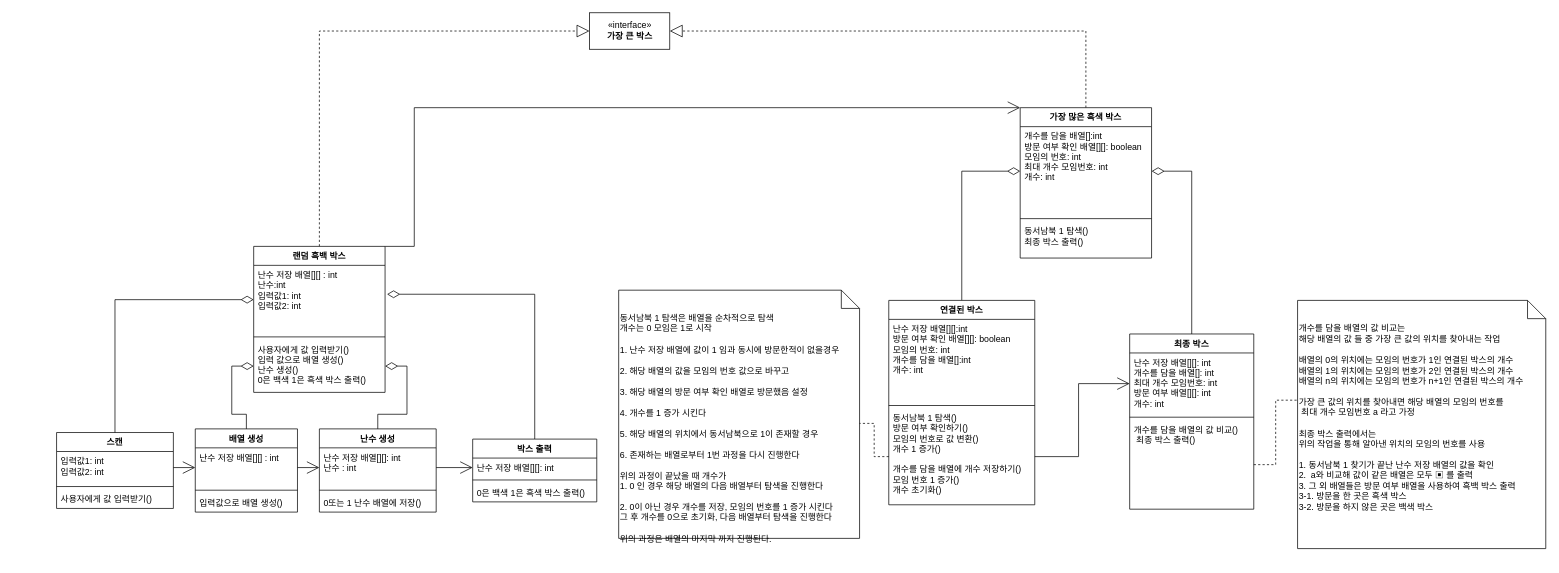
Before: Untitled Diagram.drawio in ricecakeson/LargeBox, a draw.io diagram. Source tidied: cells renumbered, new cells numbered last; positions are measured from the earlier drawing's top-left corner, leaving out a move shared by most shapes. Both pictures are drawn from the tidied source at 73%, with x=0, y=0 at pixel (56, 12).
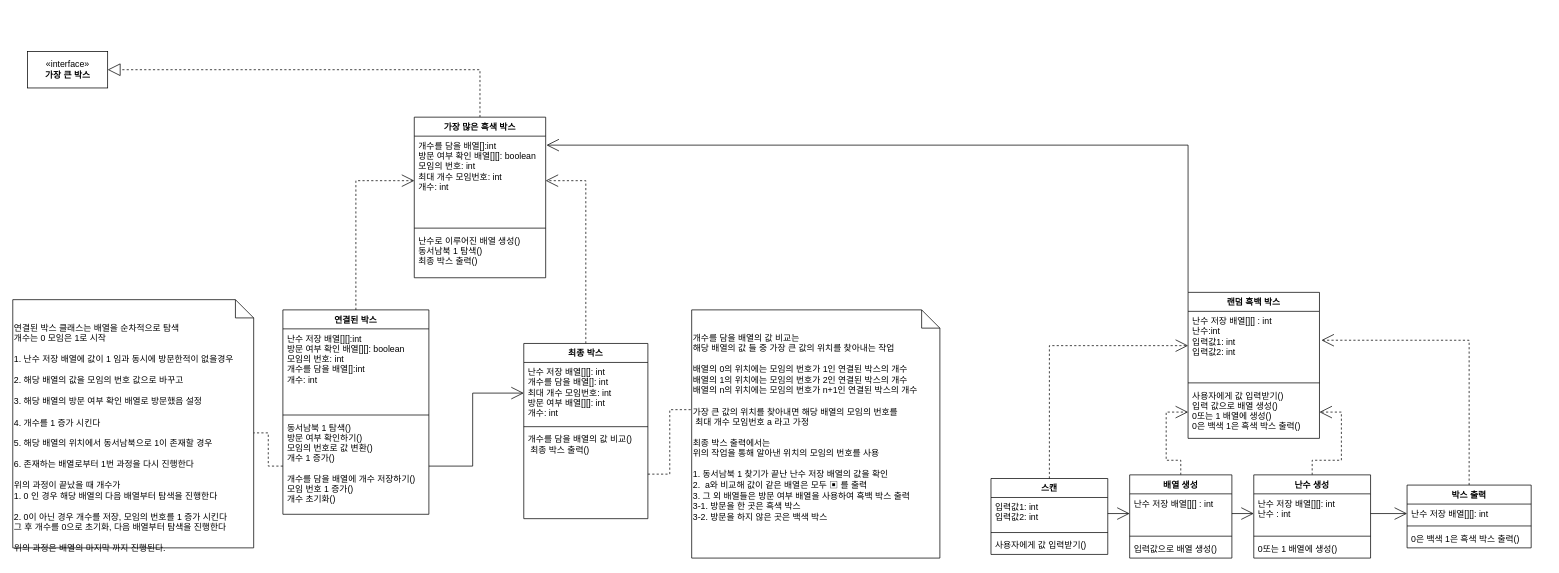
The same diagram, later.

Unchanged cells that the change refers to:
```xml
<mxCell id="4" value="개수를 담을 배열[]:int&#10;방문 여부 확인 배열[][]: boolean&#10;모임의 번호: int&#10;최대 개수 모임번호: int&#10;개수: int" style="text;strokeColor=none;fillColor=none;align=left;verticalAlign=top;spacingLeft=4;spacingRight=4;overflow=hidden;points=[[0,0.5],[1,0.5]];portConstraint=eastwest;" parent="3" vertex="1">
  <mxGeometry y="26" width="180" height="122" as="geometry" />
</mxCell>
<mxCell id="25" value="난수 저장 배열[][] : int&#10;난수:int&#10;입력값1: int&#10;입력값2: int" style="text;strokeColor=none;fillColor=none;align=left;verticalAlign=top;spacingLeft=4;spacingRight=4;overflow=hidden;points=[[0,0.5],[1,0.5]];portConstraint=eastwest;" parent="24" vertex="1">
  <mxGeometry y="26" width="180" height="94" as="geometry" />
</mxCell>
```

Change to the diagram source:
```diff
@@
     <mxCell id="3" value="가장 많은 흑색 박스" style="swimlane;fontStyle=1;align=center;verticalAlign=top;horizontal=1;startSize=26;" parent="1" vertex="1">
-      <mxGeometry x="1320" y="130" width="180" height="206" as="geometry" />
+      <mxGeometry x="490" y="143" width="180" height="220" as="geometry" />
     </mxCell>
@@
-    <mxCell id="6" value="동서남북 1 탐색()&#10;최종 박스 출력()" style="text;strokeColor=none;fillColor=none;align=left;verticalAlign=top;spacingLeft=4;spacingRight=4;overflow=hidden;" parent="3" vertex="1">
-      <mxGeometry y="156" width="180" height="50" as="geometry" />
+    <mxCell id="6" value="난수로 이루어진 배열 생성()&#10;동서남북 1 탐색()&#10;최종 박스 출력()&#10;" style="text;strokeColor=none;fillColor=none;align=left;verticalAlign=top;spacingLeft=4;spacingRight=4;overflow=hidden;" parent="3" vertex="1">
+      <mxGeometry y="156" width="180" height="64" as="geometry" />
     </mxCell>
-    <mxCell id="7" style="edgeStyle=orthogonalEdgeStyle;rounded=0;jettySize=auto;html=1;exitX=0.5;exitY=0;exitDx=0;exitDy=0;entryX=0;entryY=0.5;entryDx=0;entryDy=0;fontSize=12;endArrow=diamondThin;endFill=0;endSize=15;" parent="1" edge="1" source="8" target="4">
+    <mxCell id="7" style="edgeStyle=orthogonalEdgeStyle;rounded=0;jettySize=auto;html=1;exitX=0.5;exitY=0;exitDx=0;exitDy=0;entryX=0;entryY=0.5;entryDx=0;entryDy=0;fontSize=12;endArrow=open;endFill=0;endSize=15;dashed=1;" parent="1" edge="1" source="8" target="4">
       <mxGeometry relative="1" as="geometry" />
     </mxCell>
     <mxCell id="8" value="연결된 박스" style="swimlane;fontStyle=1;align=center;verticalAlign=top;horizontal=1;startSize=26;" parent="1" vertex="1">
-      <mxGeometry x="1140" y="394" width="200" height="280" as="geometry" />
+      <mxGeometry x="310" y="407" width="200" height="280" as="geometry" />
     </mxCell>
@@
-    <mxCell id="12" style="edgeStyle=orthogonalEdgeStyle;rounded=0;jettySize=auto;html=1;exitX=0.5;exitY=0;exitDx=0;exitDy=0;entryX=1;entryY=0.5;entryDx=0;entryDy=0;fontSize=12;endArrow=diamondThin;endFill=0;endSize=15;" parent="1" edge="1" source="13" target="4">
+    <mxCell id="12" style="edgeStyle=orthogonalEdgeStyle;rounded=0;jettySize=auto;html=1;exitX=0.5;exitY=0;exitDx=0;exitDy=0;entryX=1;entryY=0.5;entryDx=0;entryDy=0;fontSize=12;endArrow=open;endFill=0;endSize=15;dashed=1;" parent="1" edge="1" source="13" target="4">
       <mxGeometry relative="1" as="geometry" />
     </mxCell>
     <mxCell id="13" value="최종 박스" style="swimlane;fontStyle=1;align=center;verticalAlign=top;horizontal=1;startSize=26;" parent="1" vertex="1">
-      <mxGeometry x="1470" y="440" width="170" height="240" as="geometry" />
+      <mxGeometry x="640" y="453" width="170" height="240" as="geometry" />
     </mxCell>
@@
-    <mxCell id="17" value="&lt;font style=&quot;font-size: 12px&quot;&gt;동서남북 1 탐색은 배열을 순차적으로 탐색&lt;br&gt;개수는 0 모임은 1로 시작&lt;br&gt;&lt;br&gt;1. 난수 저장 배열에 값이 1 임과 동시에 방문한적이 없을경우&lt;br&gt;&lt;br&gt;2. 해당 배열의 값을 모임의 번호 값으로 바꾸고&lt;br&gt;&lt;br&gt;3. 해당 배열의 방문 여부 확인 배열로 방문했음 설정&lt;br&gt;&lt;br&gt;4. 개수를 1 증가 시킨다&lt;br&gt;&lt;br&gt;5. 해당 배열의 위치에서 동서남북으로 1이 존재할 경우&lt;br&gt;&lt;br&gt;6. 존재하는 배열로부터 1번 과정을 다시 진행한다&lt;br&gt;&lt;br&gt;위의 과정이 끝났을 때 개수가 &lt;br&gt;1. 0 인 경우 해당 배열의 다음 배열부터 탐색을 진행한다&lt;br&gt;&lt;br&gt;2. 0이 아닌 경우 개수를 저장, 모임의 번호를 1 증가 시킨다&lt;br&gt;그 후 개수를 0으로 초기화, 다음 배열부터 탐색을 진행한다&lt;br&gt;&lt;br&gt;위의 과정은 배열의 마지막 까지 진행된다.&lt;br&gt;&lt;/font&gt;" style="shape=note2;boundedLbl=1;whiteSpace=wrap;html=1;size=25;verticalAlign=top;align=left;fontSize=11;" parent="1" vertex="1">
-      <mxGeometry x="770" y="380" width="330" height="340" as="geometry" />
+    <mxCell id="17" value="&lt;font style=&quot;font-size: 12px&quot;&gt;연결된 박스 클래스는 배열을 순차적으로 탐색&lt;br&gt;개수는 0 모임은 1로 시작&lt;br&gt;&lt;br&gt;1. 난수 저장 배열에 값이 1 임과 동시에 방문한적이 없을경우&lt;br&gt;&lt;br&gt;2. 해당 배열의 값을 모임의 번호 값으로 바꾸고&lt;br&gt;&lt;br&gt;3. 해당 배열의 방문 여부 확인 배열로 방문했음 설정&lt;br&gt;&lt;br&gt;4. 개수를 1 증가 시킨다&lt;br&gt;&lt;br&gt;5. 해당 배열의 위치에서 동서남북으로 1이 존재할 경우&lt;br&gt;&lt;br&gt;6. 존재하는 배열로부터 1번 과정을 다시 진행한다&lt;br&gt;&lt;br&gt;위의 과정이 끝났을 때 개수가 &lt;br&gt;1. 0 인 경우 해당 배열의 다음 배열부터 탐색을 진행한다&lt;br&gt;&lt;br&gt;2. 0이 아닌 경우 개수를 저장, 모임의 번호를 1 증가 시킨다&lt;br&gt;그 후 개수를 0으로 초기화, 다음 배열부터 탐색을 진행한다&lt;br&gt;&lt;br&gt;위의 과정은 배열의 마지막 까지 진행된다.&lt;br&gt;&lt;/font&gt;" style="shape=note2;boundedLbl=1;whiteSpace=wrap;html=1;size=25;verticalAlign=top;align=left;fontSize=11;" parent="1" vertex="1">
+      <mxGeometry x="-60" y="393" width="330" height="340" as="geometry" />
     </mxCell>
@@
     <mxCell id="19" value="&lt;font style=&quot;font-size: 12px&quot;&gt;개수를 담을 배열의 값 비교는&lt;br&gt;해당 배열의 값 들 중 가장 큰 값의 위치를 찾아내는 작업&lt;br&gt;&lt;br&gt;배열의 0의 위치에는 모임의 번호가 1인 연결된 박스의 개수&lt;br&gt;배열의 1의 위치에는 모임의 번호가 2인 연결된 박스의 개수&lt;br&gt;배열의 n의 위치에는 모임의 번호가 n+1인 연결된 박스의 개수&lt;br&gt;&lt;br&gt;가장 큰 값의 위치를 찾아내면 해당 배열의 모임의 번호를&lt;br&gt;&amp;nbsp;최대 개수 모임번호 a 라고 가정&lt;br&gt;&lt;br&gt;최종 박스 출력에서는&lt;br&gt;위의 작업을 통해 알아낸 위치의 모임의 번호를 사용&lt;br&gt;&lt;br&gt;1. 동서남북 1 찾기가 끝난 난수 저장 배열의 값을 확인&lt;br&gt;2.&amp;nbsp; a와 비교해 값이 같은 배열은 모두&amp;nbsp;&lt;span&gt;▣ 를 출력&lt;br&gt;&lt;/span&gt;3. 그 외 배열들은 방문 여부 배열을 사용하여 흑백 박스 출력&lt;br&gt;3-1. 방문을 한 곳은 흑색 박스&lt;br&gt;3-2. 방문을 하지 않은 곳은 백색 박스&lt;br&gt;&lt;br&gt;&lt;/font&gt;" style="shape=note2;boundedLbl=1;whiteSpace=wrap;html=1;size=25;verticalAlign=top;align=left;fontSize=11;" parent="1" vertex="1">
-      <mxGeometry x="1700" y="394" width="340" height="340" as="geometry" />
+      <mxGeometry x="870" y="407" width="340" height="340" as="geometry" />
     </mxCell>
@@
-    <mxCell id="22" style="edgeStyle=orthogonalEdgeStyle;rounded=0;jettySize=auto;html=1;exitX=0.5;exitY=0;exitDx=0;exitDy=0;fontSize=12;endArrow=block;endFill=0;endSize=15;dashed=1;entryX=0;entryY=0.5;entryDx=0;entryDy=0;" parent="1" edge="1" source="24" target="51">
-      <mxGeometry relative="1" as="geometry" />
-    </mxCell>
-    <mxCell id="23" style="edgeStyle=orthogonalEdgeStyle;rounded=0;jettySize=auto;html=1;exitX=1;exitY=0;exitDx=0;exitDy=0;entryX=0;entryY=0;entryDx=0;entryDy=0;fontSize=12;endArrow=open;endFill=0;endSize=15;strokeWidth=1;" parent="1" edge="1" source="24" target="3">
-      <mxGeometry relative="1" as="geometry">
-        <Array as="points">
-          <mxPoint x="490" y="320" />
-          <mxPoint x="490" y="130" />
-        </Array>
-      </mxGeometry>
-    </mxCell>
+    <mxCell id="52" style="edgeStyle=orthogonalEdgeStyle;rounded=0;jettySize=auto;html=1;exitX=0;exitY=0;exitDx=0;exitDy=0;entryX=1.006;entryY=0.101;entryDx=0;entryDy=0;entryPerimeter=0;fontSize=12;endArrow=open;endFill=0;endSize=15;strokeWidth=1;" parent="1" edge="1" source="24" target="4">
+      <mxGeometry relative="1" as="geometry" />
+    </mxCell>
     <mxCell id="24" value="랜덤 흑백 박스" style="swimlane;fontStyle=1;align=center;verticalAlign=top;horizontal=1;startSize=26;" parent="1" vertex="1">
-      <mxGeometry x="270" y="320" width="180" height="200" as="geometry" />
+      <mxGeometry x="1550" y="383" width="180" height="200" as="geometry" />
     </mxCell>
@@
-    <mxCell id="27" value="사용자에게 값 입력받기()&#10;입력 값으로 배열 생성()&#10;난수 생성()&#10;0은 백색 1은 흑색 박스 출력()&#10;" style="text;strokeColor=none;fillColor=none;align=left;verticalAlign=top;spacingLeft=4;spacingRight=4;overflow=hidden;points=[[0,0.5],[1,0.5]];portConstraint=eastwest;" parent="24" vertex="1">
+    <mxCell id="27" value="사용자에게 값 입력받기()&#10;입력 값으로 배열 생성()&#10;0또는 1 배열에 생성()&#10;0은 백색 1은 흑색 박스 출력()&#10;" style="text;strokeColor=none;fillColor=none;align=left;verticalAlign=top;spacingLeft=4;spacingRight=4;overflow=hidden;points=[[0,0.5],[1,0.5]];portConstraint=eastwest;" parent="24" vertex="1">
       <mxGeometry y="128" width="180" height="72" as="geometry" />
     </mxCell>
-    <mxCell id="28" style="edgeStyle=orthogonalEdgeStyle;rounded=0;jettySize=auto;html=1;exitX=0.5;exitY=0;exitDx=0;exitDy=0;entryX=1.015;entryY=0.421;entryDx=0;entryDy=0;entryPerimeter=0;fontSize=12;endArrow=diamondThin;endFill=0;endSize=15;" parent="1" edge="1" source="29" target="25">
+    <mxCell id="28" style="edgeStyle=orthogonalEdgeStyle;rounded=0;jettySize=auto;html=1;exitX=0.5;exitY=0;exitDx=0;exitDy=0;entryX=1.015;entryY=0.421;entryDx=0;entryDy=0;entryPerimeter=0;fontSize=12;endArrow=open;endFill=0;endSize=15;dashed=1;" parent="1" edge="1" source="29" target="25">
       <mxGeometry relative="1" as="geometry" />
     </mxCell>
     <mxCell id="29" value="박스 출력" style="swimlane;fontStyle=1;align=center;verticalAlign=top;horizontal=1;startSize=26;" parent="1" vertex="1">
-      <mxGeometry x="570" y="584" width="170" height="86" as="geometry" />
+      <mxGeometry x="1850" y="647" width="170" height="86" as="geometry" />
     </mxCell>
@@
-    <mxCell id="33" style="edgeStyle=orthogonalEdgeStyle;rounded=0;jettySize=auto;html=1;exitX=0.5;exitY=0;exitDx=0;exitDy=0;entryX=1;entryY=0.5;entryDx=0;entryDy=0;fontSize=12;endArrow=diamondThin;endFill=0;endSize=15;" parent="1" edge="1" source="34" target="27">
+    <mxCell id="33" style="edgeStyle=orthogonalEdgeStyle;rounded=0;jettySize=auto;html=1;exitX=0.5;exitY=0;exitDx=0;exitDy=0;entryX=1;entryY=0.5;entryDx=0;entryDy=0;fontSize=12;endArrow=open;endFill=0;endSize=15;dashed=1;" parent="1" edge="1" source="34" target="27">
       <mxGeometry relative="1" as="geometry" />
     </mxCell>
     <mxCell id="34" value="난수 생성" style="swimlane;fontStyle=1;align=center;verticalAlign=top;horizontal=1;startSize=26;" parent="1" vertex="1">
-      <mxGeometry x="360" y="570" width="160" height="114" as="geometry" />
+      <mxGeometry x="1640" y="633" width="160" height="114" as="geometry" />
     </mxCell>
@@
-    <mxCell id="37" value="0또는 1 난수 배열에 저장()" style="text;strokeColor=none;fillColor=none;align=left;verticalAlign=top;spacingLeft=4;spacingRight=4;overflow=hidden;" parent="34" vertex="1">
+    <mxCell id="37" value="0또는 1 배열에 생성()" style="text;strokeColor=none;fillColor=none;align=left;verticalAlign=top;spacingLeft=4;spacingRight=4;overflow=hidden;" parent="34" vertex="1">
       <mxGeometry y="88" width="160" height="26" as="geometry" />
     </mxCell>
-    <mxCell id="38" style="edgeStyle=orthogonalEdgeStyle;rounded=0;jettySize=auto;html=1;exitX=0.5;exitY=0;exitDx=0;exitDy=0;entryX=0;entryY=0.5;entryDx=0;entryDy=0;fontSize=12;endArrow=diamondThin;endFill=0;endSize=15;" parent="1" edge="1" source="39" target="27">
+    <mxCell id="38" style="edgeStyle=orthogonalEdgeStyle;rounded=0;jettySize=auto;html=1;exitX=0.5;exitY=0;exitDx=0;exitDy=0;entryX=0;entryY=0.5;entryDx=0;entryDy=0;fontSize=12;endArrow=open;endFill=0;endSize=15;dashed=1;" parent="1" edge="1" source="39" target="27">
       <mxGeometry relative="1" as="geometry" />
     </mxCell>
     <mxCell id="39" value="배열 생성" style="swimlane;fontStyle=1;align=center;verticalAlign=top;horizontal=1;startSize=26;" parent="1" vertex="1">
-      <mxGeometry x="190" y="570" width="140" height="114" as="geometry" />
+      <mxGeometry x="1470" y="633" width="140" height="114" as="geometry" />
     </mxCell>
@@
     <mxCell id="43" value="스캔" style="swimlane;fontStyle=1;align=center;verticalAlign=top;horizontal=1;startSize=26;fontSize=12;" parent="1" vertex="1">
-      <mxGeometry y="575" width="160" height="104" as="geometry" />
+      <mxGeometry x="1280" y="638" width="160" height="104" as="geometry" />
     </mxCell>
@@
-    <mxCell id="47" style="edgeStyle=orthogonalEdgeStyle;rounded=0;jettySize=auto;html=1;exitX=0.5;exitY=0;exitDx=0;exitDy=0;entryX=0;entryY=0.5;entryDx=0;entryDy=0;fontSize=12;endArrow=diamondThin;endFill=0;endSize=15;" parent="1" edge="1" source="43" target="25">
+    <mxCell id="47" style="edgeStyle=orthogonalEdgeStyle;rounded=0;jettySize=auto;html=1;exitX=0.5;exitY=0;exitDx=0;exitDy=0;entryX=0;entryY=0.5;entryDx=0;entryDy=0;fontSize=12;endArrow=open;endFill=0;endSize=15;dashed=1;" parent="1" edge="1" source="43" target="25">
       <mxGeometry relative="1" as="geometry" />
     </mxCell>
@@
     <mxCell id="51" value="«interface»&lt;br&gt;&lt;b&gt;가장 큰 박스&lt;/b&gt;" style="html=1;fontSize=12;align=center;" parent="1" vertex="1">
-      <mxGeometry x="730" width="110" height="50" as="geometry" />
+      <mxGeometry x="-40" y="53" width="110" height="50" as="geometry" />
     </mxCell>
```
